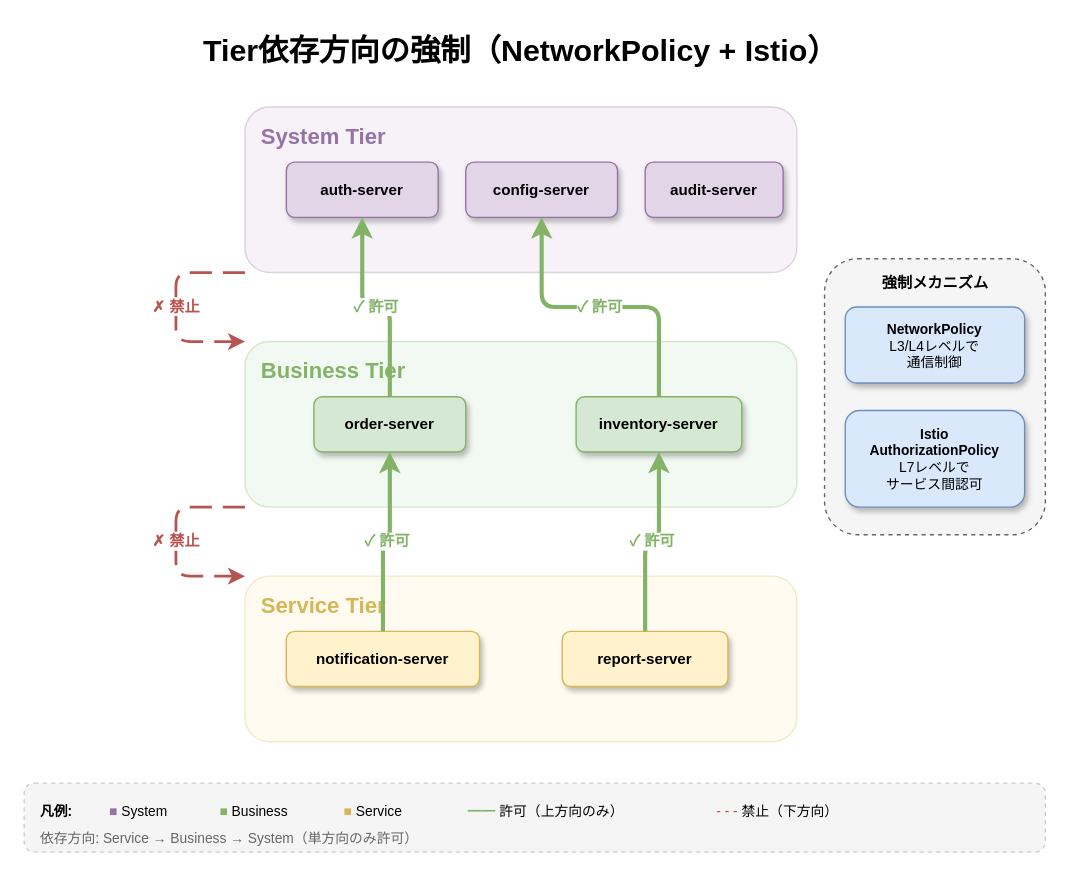
This is docs/infrastructure/kubernetes/images/k8s-tier-dependency-enforcement.drawio from RyuheiKiso/k1s0, a draw.io file, before an edit. Source tidied: cells renumbered, new cells numbered last; positions are measured from the earlier drawing's top-left corner, leaving out a move shared by most shapes. Both pictures are drawn from the tidied source at 138%, with x=0, y=0 at pixel (23, 23).
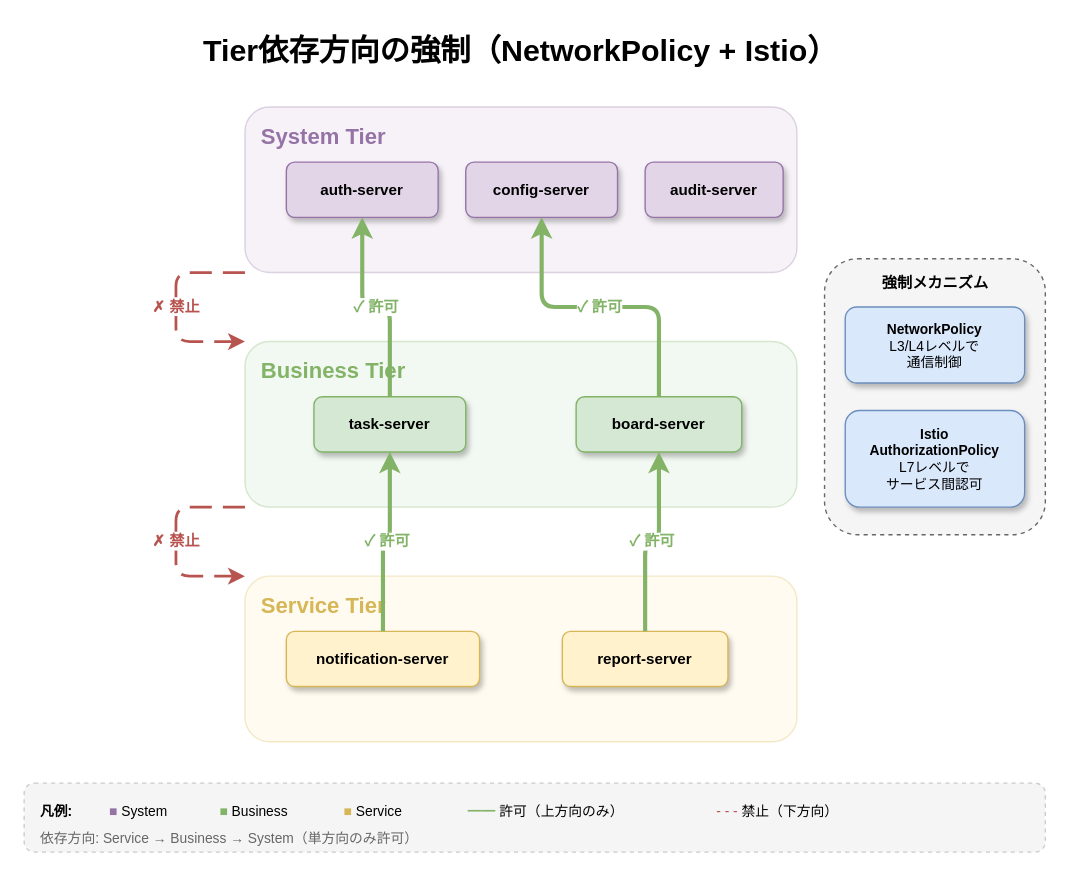
After the change.

The edit, as a diff of the source:
```diff
@@
-    <mxCell id="10" value="&lt;b&gt;order-server&lt;/b&gt;" style="rounded=1;whiteSpace=wrap;html=1;shadow=1;fillColor=#D5E8D4;strokeColor=#82B366;fontSize=11;" parent="1" vertex="1">
+    <mxCell id="10" value="&lt;b&gt;task-server&lt;/b&gt;" style="rounded=1;whiteSpace=wrap;html=1;shadow=1;fillColor=#D5E8D4;strokeColor=#82B366;fontSize=11;" parent="1" vertex="1">
       <mxGeometry x="210" y="270" width="110" height="40" as="geometry" />
     </mxCell>
-    <mxCell id="11" value="&lt;b&gt;inventory-server&lt;/b&gt;" style="rounded=1;whiteSpace=wrap;html=1;shadow=1;fillColor=#D5E8D4;strokeColor=#82B366;fontSize=11;" parent="1" vertex="1">
+    <mxCell id="11" value="&lt;b&gt;board-server&lt;/b&gt;" style="rounded=1;whiteSpace=wrap;html=1;shadow=1;fillColor=#D5E8D4;strokeColor=#82B366;fontSize=11;" parent="1" vertex="1">
       <mxGeometry x="400" y="270" width="120" height="40" as="geometry" />
     </mxCell>
```
